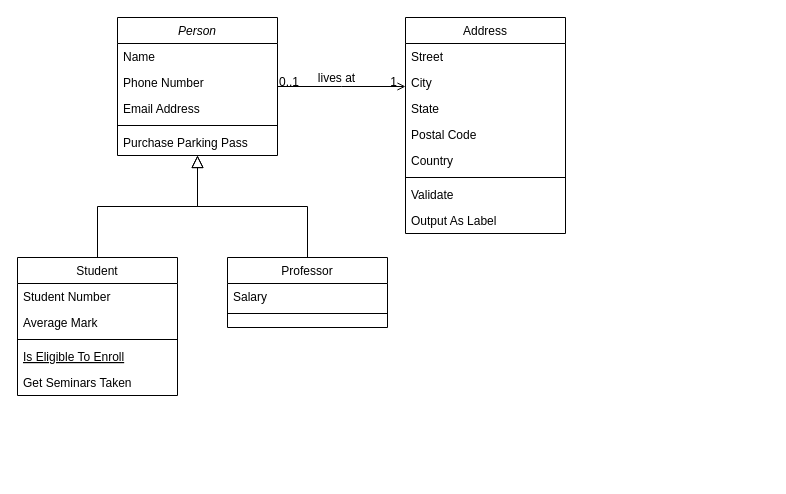
Earlier version of the draw.io diagram Untitled Diagram.drawio (AlexisAlegria/testingGit). Source tidied: cells renumbered, new cells numbered last; positions are measured from the earlier drawing's top-left corner, leaving out a move shared by most shapes. Both pictures are drawn from the tidied source at 100%, with x=0, y=0 at pixel (17, 17).
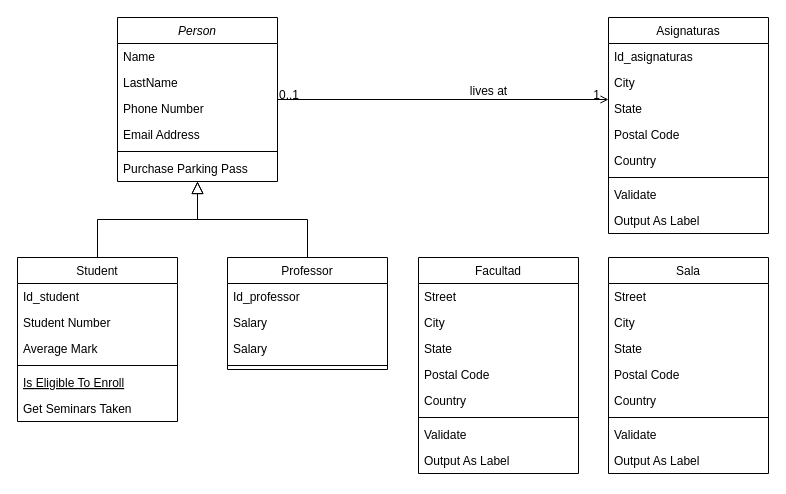
The same page after the edit.

Change to the diagram source:
```diff
@@
     <mxCell id="2" value="Person" style="swimlane;fontStyle=2;align=center;verticalAlign=top;horizontal=1;startSize=26;rounded=0;shadow=0;strokeWidth=1;" parent="1" vertex="1">
-      <mxGeometry x="100" width="160" height="138" as="geometry" />
+      <mxGeometry x="100" width="160" height="164" as="geometry" />
     </mxCell>
+    <mxCell id="32" value="Name" style="text;align=left;verticalAlign=top;spacingLeft=4;spacingRight=4;overflow=hidden;" parent="2" vertex="1">
+      <mxGeometry y="26" width="160" height="26" as="geometry" />
+    </mxCell>
-    <mxCell id="3" value="Name" style="text;align=left;verticalAlign=top;spacingLeft=4;spacingRight=4;overflow=hidden;" parent="2" vertex="1">
-      <mxGeometry y="26" width="160" height="26" as="geometry" />
+    <mxCell id="3" value="LastName" style="text;align=left;verticalAlign=top;spacingLeft=4;spacingRight=4;overflow=hidden;" parent="2" vertex="1">
+      <mxGeometry y="52" width="160" height="26" as="geometry" />
     </mxCell>
     <mxCell id="4" value="Phone Number" style="text;align=left;verticalAlign=top;spacingLeft=4;spacingRight=4;overflow=hidden;rounded=0;shadow=0;html=0;" parent="2" vertex="1">
-      <mxGeometry y="52" width="160" height="26" as="geometry" />
+      <mxGeometry y="78" width="160" height="26" as="geometry" />
     </mxCell>
     <mxCell id="5" value="Email Address" style="text;align=left;verticalAlign=top;spacingLeft=4;spacingRight=4;overflow=hidden;rounded=0;shadow=0;html=0;" parent="2" vertex="1">
-      <mxGeometry y="78" width="160" height="26" as="geometry" />
+      <mxGeometry y="104" width="160" height="26" as="geometry" />
     </mxCell>
     <mxCell id="6" style="line;html=1;strokeWidth=1;align=left;verticalAlign=middle;spacingTop=-1;spacingLeft=3;spacingRight=3;labelPosition=right;" parent="2" vertex="1">
-      <mxGeometry y="104" width="160" height="8" as="geometry" />
+      <mxGeometry y="130" width="160" height="8" as="geometry" />
     </mxCell>
     <mxCell id="7" value="Purchase Parking Pass" style="text;align=left;verticalAlign=top;spacingLeft=4;spacingRight=4;overflow=hidden;" parent="2" vertex="1">
-      <mxGeometry y="112" width="160" height="26" as="geometry" />
+      <mxGeometry y="138" width="160" height="26" as="geometry" />
     </mxCell>
     <mxCell id="8" value="Student" style="swimlane;fontStyle=0;align=center;verticalAlign=top;horizontal=1;startSize=26;rounded=0;shadow=0;strokeWidth=1;" parent="1" vertex="1">
-      <mxGeometry y="240" width="160" height="138" as="geometry" />
+      <mxGeometry y="240" width="160" height="164" as="geometry" />
     </mxCell>
-    <mxCell id="9" value="Student Number" style="text;align=left;verticalAlign=top;spacingLeft=4;spacingRight=4;overflow=hidden;" parent="8" vertex="1">
+    <mxCell id="9" value="Id_student" style="text;align=left;verticalAlign=top;spacingLeft=4;spacingRight=4;overflow=hidden;" parent="8" vertex="1">
       <mxGeometry y="26" width="160" height="26" as="geometry" />
     </mxCell>
+    <mxCell id="33" value="Student Number" style="text;align=left;verticalAlign=top;spacingLeft=4;spacingRight=4;overflow=hidden;" parent="8" vertex="1">
+      <mxGeometry y="52" width="160" height="26" as="geometry" />
+    </mxCell>
     <mxCell id="10" value="Average Mark" style="text;align=left;verticalAlign=top;spacingLeft=4;spacingRight=4;overflow=hidden;rounded=0;shadow=0;html=0;" parent="8" vertex="1">
-      <mxGeometry y="52" width="160" height="26" as="geometry" />
+      <mxGeometry y="78" width="160" height="26" as="geometry" />
     </mxCell>
     <mxCell id="11" style="line;html=1;strokeWidth=1;align=left;verticalAlign=middle;spacingTop=-1;spacingLeft=3;spacingRight=3;labelPosition=right;" parent="8" vertex="1">
-      <mxGeometry y="78" width="160" height="8" as="geometry" />
+      <mxGeometry y="104" width="160" height="8" as="geometry" />
     </mxCell>
     <mxCell id="12" value="Is Eligible To Enroll" style="text;align=left;verticalAlign=top;spacingLeft=4;spacingRight=4;overflow=hidden;fontStyle=4;" parent="8" vertex="1">
-      <mxGeometry y="86" width="160" height="26" as="geometry" />
+      <mxGeometry y="112" width="160" height="26" as="geometry" />
     </mxCell>
     <mxCell id="13" value="Get Seminars Taken" style="text;align=left;verticalAlign=top;spacingLeft=4;spacingRight=4;overflow=hidden;" parent="8" vertex="1">
-      <mxGeometry y="112" width="160" height="26" as="geometry" />
+      <mxGeometry y="138" width="160" height="26" as="geometry" />
     </mxCell>
@@
     <mxCell id="15" value="Professor" style="swimlane;fontStyle=0;align=center;verticalAlign=top;horizontal=1;startSize=26;rounded=0;shadow=0;strokeWidth=1;" parent="1" vertex="1">
-      <mxGeometry x="210" y="240" width="160" height="70" as="geometry" />
+      <mxGeometry x="210" y="240" width="160" height="112" as="geometry" />
     </mxCell>
-    <mxCell id="16" value="Salary" style="text;align=left;verticalAlign=top;spacingLeft=4;spacingRight=4;overflow=hidden;" parent="15" vertex="1">
+    <mxCell id="16" value="Id_professor" style="text;align=left;verticalAlign=top;spacingLeft=4;spacingRight=4;overflow=hidden;" parent="15" vertex="1">
       <mxGeometry y="26" width="160" height="26" as="geometry" />
     </mxCell>
+    <mxCell id="34" value="Salary" style="text;align=left;verticalAlign=top;spacingLeft=4;spacingRight=4;overflow=hidden;" parent="15" vertex="1">
+      <mxGeometry y="52" width="160" height="26" as="geometry" />
+    </mxCell>
+    <mxCell id="35" value="Salary" style="text;align=left;verticalAlign=top;spacingLeft=4;spacingRight=4;overflow=hidden;" parent="15" vertex="1">
+      <mxGeometry y="78" width="160" height="26" as="geometry" />
+    </mxCell>
     <mxCell id="17" style="line;html=1;strokeWidth=1;align=left;verticalAlign=middle;spacingTop=-1;spacingLeft=3;spacingRight=3;labelPosition=right;" parent="15" vertex="1">
-      <mxGeometry y="52" width="160" height="8" as="geometry" />
+      <mxGeometry y="104" width="160" height="8" as="geometry" />
     </mxCell>
@@
-    <mxCell id="19" value="Address" style="swimlane;fontStyle=0;align=center;verticalAlign=top;horizontal=1;startSize=26;rounded=0;shadow=0;strokeWidth=1;" parent="1" vertex="1">
-      <mxGeometry x="388" width="160" height="216" as="geometry" />
+    <mxCell id="19" value="Asignaturas" style="swimlane;fontStyle=0;align=center;verticalAlign=top;horizontal=1;startSize=26;rounded=0;shadow=0;strokeWidth=1;" parent="1" vertex="1">
+      <mxGeometry x="591" width="160" height="216" as="geometry" />
     </mxCell>
-    <mxCell id="20" value="Street" style="text;align=left;verticalAlign=top;spacingLeft=4;spacingRight=4;overflow=hidden;" parent="19" vertex="1">
+    <mxCell id="20" value="Id_asignaturas" style="text;align=left;verticalAlign=top;spacingLeft=4;spacingRight=4;overflow=hidden;" parent="19" vertex="1">
       <mxGeometry y="26" width="160" height="26" as="geometry" />
     </mxCell>
@@
+    <mxCell id="36" value="Sala" style="swimlane;fontStyle=0;align=center;verticalAlign=top;horizontal=1;startSize=26;rounded=0;shadow=0;strokeWidth=1;" parent="1" vertex="1">
+      <mxGeometry x="591" y="240" width="160" height="216" as="geometry" />
+    </mxCell>
+    <mxCell id="37" value="Street" style="text;align=left;verticalAlign=top;spacingLeft=4;spacingRight=4;overflow=hidden;" parent="36" vertex="1">
+      <mxGeometry y="26" width="160" height="26" as="geometry" />
+    </mxCell>
+    <mxCell id="38" value="City" style="text;align=left;verticalAlign=top;spacingLeft=4;spacingRight=4;overflow=hidden;rounded=0;shadow=0;html=0;" parent="36" vertex="1">
+      <mxGeometry y="52" width="160" height="26" as="geometry" />
+    </mxCell>
+    <mxCell id="39" value="State" style="text;align=left;verticalAlign=top;spacingLeft=4;spacingRight=4;overflow=hidden;rounded=0;shadow=0;html=0;" parent="36" vertex="1">
+      <mxGeometry y="78" width="160" height="26" as="geometry" />
+    </mxCell>
+    <mxCell id="40" value="Postal Code" style="text;align=left;verticalAlign=top;spacingLeft=4;spacingRight=4;overflow=hidden;rounded=0;shadow=0;html=0;" parent="36" vertex="1">
+      <mxGeometry y="104" width="160" height="26" as="geometry" />
+    </mxCell>
+    <mxCell id="41" value="Country" style="text;align=left;verticalAlign=top;spacingLeft=4;spacingRight=4;overflow=hidden;rounded=0;shadow=0;html=0;" parent="36" vertex="1">
+      <mxGeometry y="130" width="160" height="26" as="geometry" />
+    </mxCell>
+    <mxCell id="42" style="line;html=1;strokeWidth=1;align=left;verticalAlign=middle;spacingTop=-1;spacingLeft=3;spacingRight=3;labelPosition=right;" parent="36" vertex="1">
+      <mxGeometry y="156" width="160" height="8" as="geometry" />
+    </mxCell>
+    <mxCell id="43" value="Validate" style="text;align=left;verticalAlign=top;spacingLeft=4;spacingRight=4;overflow=hidden;" parent="36" vertex="1">
+      <mxGeometry y="164" width="160" height="26" as="geometry" />
+    </mxCell>
+    <mxCell id="44" value="Output As Label" style="text;align=left;verticalAlign=top;spacingLeft=4;spacingRight=4;overflow=hidden;" parent="36" vertex="1">
+      <mxGeometry y="190" width="160" height="26" as="geometry" />
+    </mxCell>
+    <mxCell id="45" value="Facultad" style="swimlane;fontStyle=0;align=center;verticalAlign=top;horizontal=1;startSize=26;rounded=0;shadow=0;strokeWidth=1;" parent="1" vertex="1">
+      <mxGeometry x="401" y="240" width="160" height="216" as="geometry" />
+    </mxCell>
+    <mxCell id="46" value="Street" style="text;align=left;verticalAlign=top;spacingLeft=4;spacingRight=4;overflow=hidden;" parent="45" vertex="1">
+      <mxGeometry y="26" width="160" height="26" as="geometry" />
+    </mxCell>
+    <mxCell id="47" value="City" style="text;align=left;verticalAlign=top;spacingLeft=4;spacingRight=4;overflow=hidden;rounded=0;shadow=0;html=0;" parent="45" vertex="1">
+      <mxGeometry y="52" width="160" height="26" as="geometry" />
+    </mxCell>
+    <mxCell id="48" value="State" style="text;align=left;verticalAlign=top;spacingLeft=4;spacingRight=4;overflow=hidden;rounded=0;shadow=0;html=0;" parent="45" vertex="1">
+      <mxGeometry y="78" width="160" height="26" as="geometry" />
+    </mxCell>
+    <mxCell id="49" value="Postal Code" style="text;align=left;verticalAlign=top;spacingLeft=4;spacingRight=4;overflow=hidden;rounded=0;shadow=0;html=0;" parent="45" vertex="1">
+      <mxGeometry y="104" width="160" height="26" as="geometry" />
+    </mxCell>
+    <mxCell id="50" value="Country" style="text;align=left;verticalAlign=top;spacingLeft=4;spacingRight=4;overflow=hidden;rounded=0;shadow=0;html=0;" parent="45" vertex="1">
+      <mxGeometry y="130" width="160" height="26" as="geometry" />
+    </mxCell>
+    <mxCell id="51" style="line;html=1;strokeWidth=1;align=left;verticalAlign=middle;spacingTop=-1;spacingLeft=3;spacingRight=3;labelPosition=right;" parent="45" vertex="1">
+      <mxGeometry y="156" width="160" height="8" as="geometry" />
+    </mxCell>
+    <mxCell id="52" value="Validate" style="text;align=left;verticalAlign=top;spacingLeft=4;spacingRight=4;overflow=hidden;" parent="45" vertex="1">
+      <mxGeometry y="164" width="160" height="26" as="geometry" />
+    </mxCell>
+    <mxCell id="53" value="Output As Label" style="text;align=left;verticalAlign=top;spacingLeft=4;spacingRight=4;overflow=hidden;" parent="45" vertex="1">
+      <mxGeometry y="190" width="160" height="26" as="geometry" />
+    </mxCell>
```
